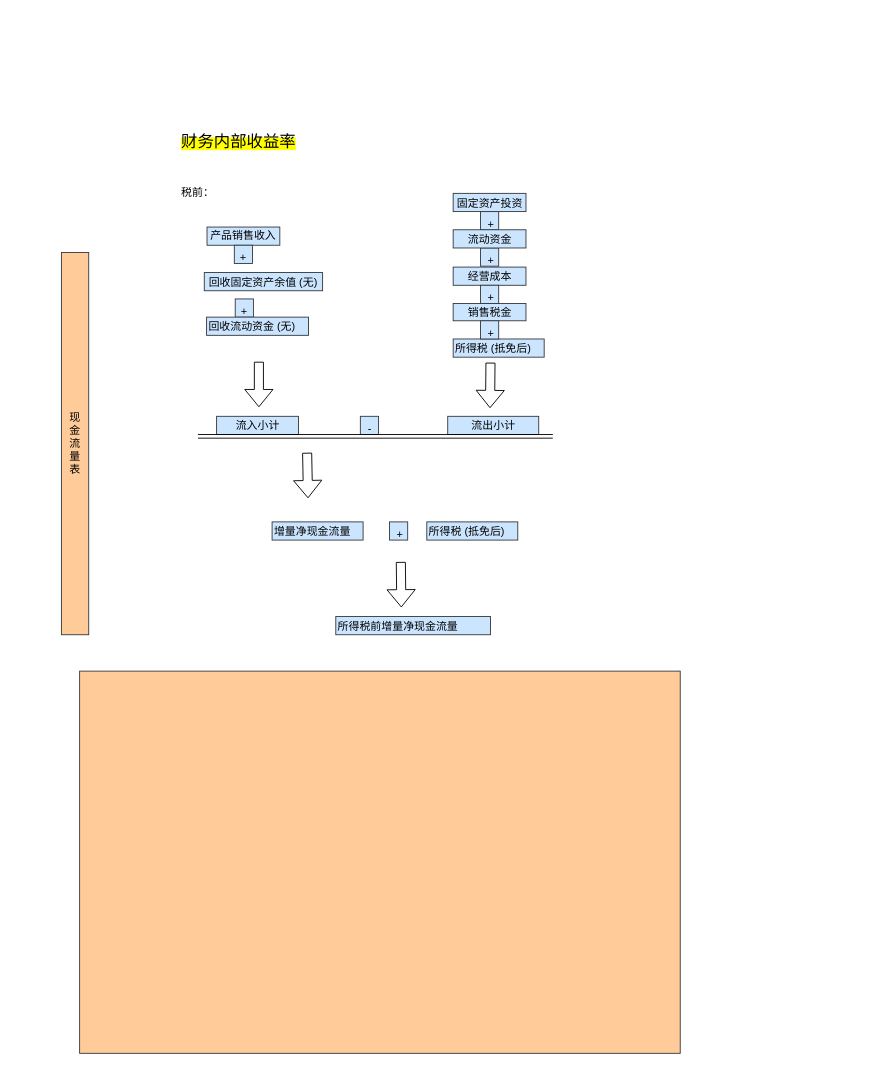
Above: page "Page-3" (3 of 3) of Untitled Diagram.drawio in Yatttin/attention-nmt (draw.io), before the change. Source tidied: cells renumbered, new cells numbered last; positions are measured from the earlier drawing's top-left corner, leaving out a move shared by most shapes. Both pictures are drawn from the tidied source at 91%, with x=0, y=0 at pixel (61, 116).
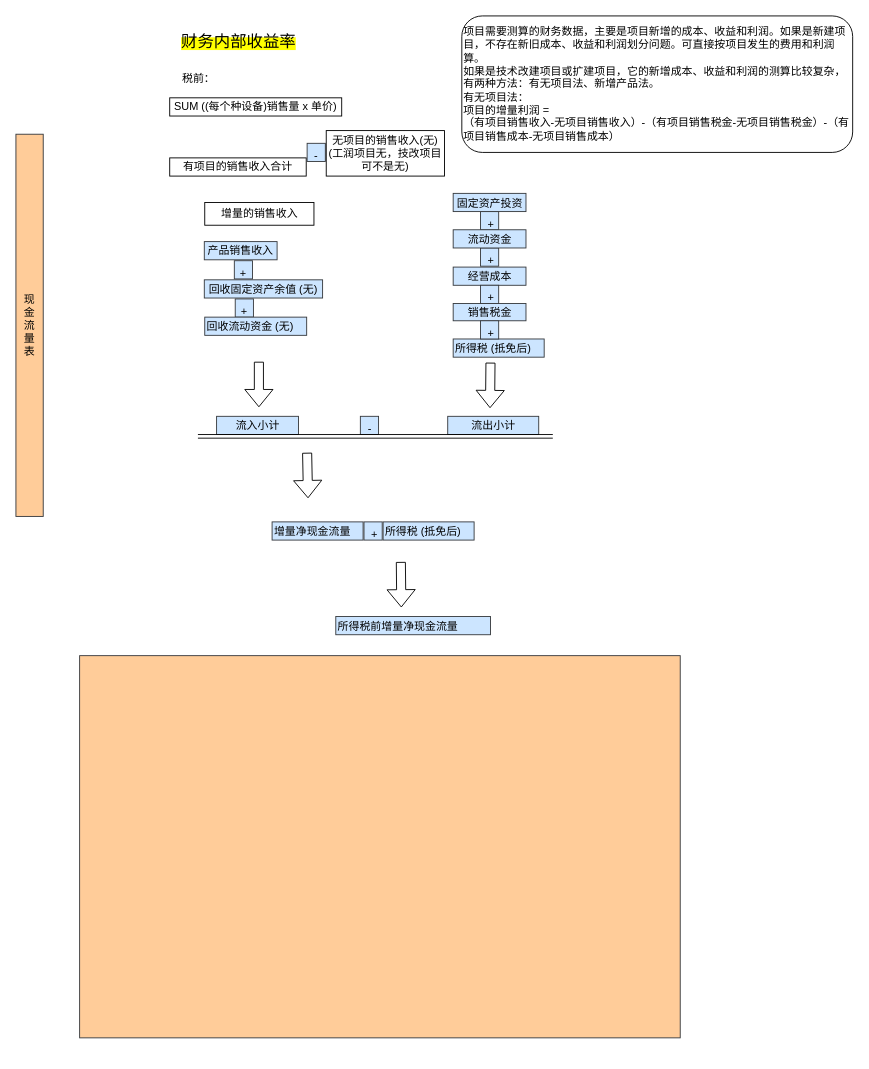
The same page after the edit.

What changed in the source:
```diff
@@
     <mxCell id="2" style="rounded=0;whiteSpace=wrap;html=1;fontFamily=Helvetica;fontSize=12;fillColor=#ffcc99;strokeColor=#36393d;" parent="1" vertex="1">
-      <mxGeometry x="20" y="610" width="660" height="420" as="geometry" />
+      <mxGeometry x="20" y="593" width="660" height="420" as="geometry" />
     </mxCell>
     <mxCell id="3" value="&lt;p class=&quot;MsoNormal&quot;&gt;&lt;span lang=&quot;ZH-CN&quot; style=&quot;font-family: 仿宋; background: yellow;&quot;&gt;&lt;font style=&quot;font-size: 18px;&quot;&gt;财务内部收益率&lt;/font&gt;&lt;/span&gt;&lt;u&gt;&lt;span style=&quot;font-family:&amp;quot;Times New Roman&amp;quot;,serif;&lt;br/&gt;mso-fareast-font-family:仿宋;background:yellow;mso-highlight:yellow&quot;&gt;&lt;/span&gt;&lt;/u&gt;&lt;/p&gt;" style="text;whiteSpace=wrap;html=1;" parent="1" vertex="1">
-      <mxGeometry x="130" width="180" height="40" as="geometry" />
+      <mxGeometry x="130" y="-110" width="180" height="40" as="geometry" />
     </mxCell>
@@
     <mxCell id="5" value="税前：" style="text;whiteSpace=wrap;" parent="1" vertex="1">
-      <mxGeometry x="130" y="70" width="80" height="30" as="geometry" />
+      <mxGeometry x="131" y="-55" width="80" height="30" as="geometry" />
     </mxCell>
     <mxCell id="6" value="所得税 (抵免后)" style="text;whiteSpace=wrap;fillColor=#cce5ff;strokeColor=#36393d;verticalAlign=bottom;" parent="1" vertex="1">
-      <mxGeometry x="401.5" y="446" width="100" height="20" as="geometry" />
+      <mxGeometry x="353.5" y="446" width="100" height="20" as="geometry" />
     </mxCell>
     <mxCell id="7" value="&lt;div style=&quot;text-align: justify;&quot;&gt;&lt;span style=&quot;background-color: initial;&quot;&gt;+&amp;nbsp;&lt;/span&gt;&lt;/div&gt;" style="text;whiteSpace=wrap;html=1;fillColor=#cce5ff;strokeColor=#36393d;align=right;" parent="1" vertex="1">
-      <mxGeometry x="360.5" y="446" width="20" height="20" as="geometry" />
+      <mxGeometry x="332.5" y="446" width="20" height="20" as="geometry" />
     </mxCell>
@@
     <mxCell id="13" value="现&lt;br&gt;金&lt;br&gt;流&lt;br&gt;量&lt;br&gt;表" style="rounded=0;whiteSpace=wrap;html=1;fontFamily=Helvetica;fontSize=12;fillColor=#ffcc99;strokeColor=#36393d;" parent="1" vertex="1">
-      <mxGeometry y="150" width="30" height="420" as="geometry" />
+      <mxGeometry x="-50" y="20" width="30" height="420" as="geometry" />
     </mxCell>
     <mxCell id="14" value="产品销售收入" style="rounded=0;whiteSpace=wrap;html=1;fontFamily=Helvetica;fontSize=12;fillColor=#cce5ff;strokeColor=#36393d;align=center;" parent="1" vertex="1">
-      <mxGeometry x="160" y="122" width="80" height="20" as="geometry" />
+      <mxGeometry x="157" y="138" width="80" height="20" as="geometry" />
     </mxCell>
     <mxCell id="15" value="回收固定资产余值 (无)" style="text;whiteSpace=wrap;fontSize=12;fontFamily=Helvetica;fillColor=#cce5ff;strokeColor=#36393d;align=center;verticalAlign=bottom;" parent="1" vertex="1">
-      <mxGeometry x="157" y="172" width="130" height="20" as="geometry" />
+      <mxGeometry x="157" y="180" width="130" height="20" as="geometry" />
     </mxCell>
     <mxCell id="16" value="&lt;div style=&quot;&quot;&gt;&lt;span style=&quot;background-color: initial;&quot;&gt;+&lt;/span&gt;&lt;/div&gt;" style="text;whiteSpace=wrap;html=1;fillColor=#cce5ff;strokeColor=#36393d;align=center;" parent="1" vertex="1">
-      <mxGeometry x="190" y="142" width="20" height="20" as="geometry" />
+      <mxGeometry x="190" y="159" width="20" height="20" as="geometry" />
     </mxCell>
@@
     <mxCell id="30" value="回收流动资金 (无)" style="text;whiteSpace=wrap;fontSize=12;fontFamily=Helvetica;fillColor=#cce5ff;strokeColor=#36393d;verticalAlign=bottom;" parent="1" vertex="1">
-      <mxGeometry x="159.5" y="221" width="112" height="20" as="geometry" />
+      <mxGeometry x="157.5" y="221" width="112" height="20" as="geometry" />
     </mxCell>
@@
+    <mxCell id="32" value="增量的销售收入" style="rounded=0;whiteSpace=wrap;html=1;fontFamily=Helvetica;fontSize=12;fontColor=default;fillColor=none;gradientColor=none;" parent="1" vertex="1">
+      <mxGeometry x="157.5" y="95" width="120" height="25" as="geometry" />
+    </mxCell>
+    <mxCell id="33" value="有项目的销售收入合计" style="rounded=0;whiteSpace=wrap;html=1;fontFamily=Helvetica;fontSize=12;fontColor=default;fillColor=none;gradientColor=none;" parent="1" vertex="1">
+      <mxGeometry x="119" y="46" width="150" height="20" as="geometry" />
+    </mxCell>
+    <mxCell id="34" value="&lt;div style=&quot;&quot;&gt;-&lt;/div&gt;" style="text;whiteSpace=wrap;html=1;fillColor=#cce5ff;strokeColor=#36393d;align=center;direction=south;" parent="1" vertex="1">
+      <mxGeometry x="270" y="30" width="20" height="20" as="geometry" />
+    </mxCell>
+    <mxCell id="35" value="无项目的销售收入(无)(工润项目无，技改项目可不是无)" style="rounded=0;whiteSpace=wrap;html=1;fontFamily=Helvetica;fontSize=12;fontColor=default;fillColor=none;gradientColor=none;" parent="1" vertex="1">
+      <mxGeometry x="291" y="16" width="130" height="50" as="geometry" />
+    </mxCell>
+    <mxCell id="36" value="SUM ((每个种设备)销售量 x 单价)" style="rounded=0;whiteSpace=wrap;html=1;fontFamily=Helvetica;fontSize=12;fontColor=default;fillColor=none;gradientColor=none;" parent="1" vertex="1">
+      <mxGeometry x="119" y="-20" width="189" height="20" as="geometry" />
+    </mxCell>
+    <mxCell id="37" value="&lt;div style=&quot;&quot;&gt;&lt;span style=&quot;background-color: initial;&quot;&gt;项目需要测算的财务数据，主要是项目新增的成本、收益和利润。如果是新建项目，不存在新旧成本、收益和利润划分问题。可直接按项目发生的费用和利润算。&lt;/span&gt;&lt;/div&gt;&lt;div style=&quot;&quot;&gt;&lt;span style=&quot;background-color: initial;&quot;&gt;如果是技术改建项目或扩建项目，它的新增成本、收益和利润的测算比较复杂，有两种方法：有无项目法、新增产品法。&lt;/span&gt;&lt;/div&gt;&lt;div style=&quot;&quot;&gt;&lt;span style=&quot;background-color: initial;&quot;&gt;有无项目法：&lt;/span&gt;&lt;/div&gt;项目的增量利润 =&amp;nbsp;&lt;div style=&quot;&quot;&gt;&lt;span style=&quot;background-color: initial;&quot;&gt;（有项目销售收入-无项目销售收入）-（有项目销售税金-无项目销售税金）-（有项目销售成本-无项目销售成本）&lt;/span&gt;&lt;/div&gt;" style="rounded=1;whiteSpace=wrap;html=1;fontFamily=Helvetica;fontSize=12;fontColor=default;fillColor=none;gradientColor=none;align=left;" parent="1" vertex="1">
+      <mxGeometry x="440" y="-110" width="429.5" height="150" as="geometry" />
+    </mxCell>
```
